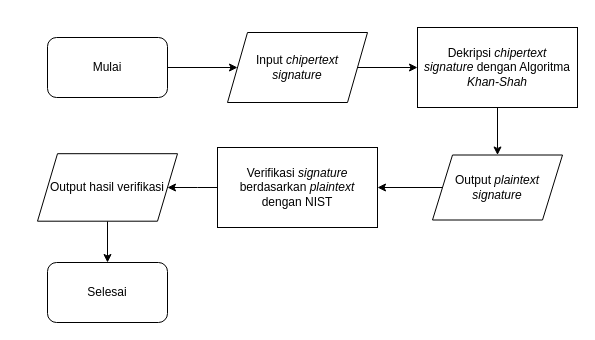
Before: page "f-decrypt-verify" (5 of 5) of sign-then-encrypt_scheme.drawio in eraldss1/diagram-signcryption, a draw.io diagram. Source tidied: cells renumbered, new cells numbered last; positions are measured from the earlier drawing's top-left corner, leaving out a move shared by most shapes. Both pictures are drawn from the tidied source at 100%, with x=0, y=0 at pixel (37, 27).
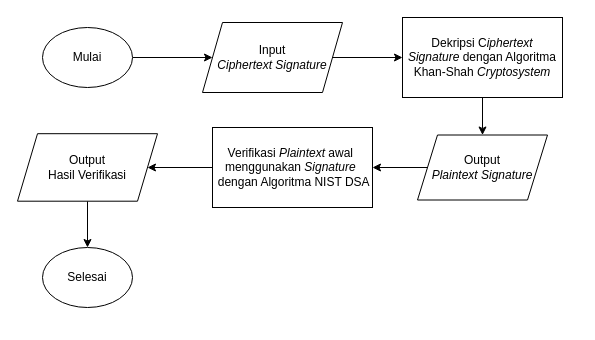
Above is the later version.

What changed in the source:
```diff
@@
 <mxGraphModel>
   <root>
     <mxCell id="0" />
     <mxCell id="1" parent="0" />
-    <mxCell id="2" value="Selesai" style="rounded=1;whiteSpace=wrap;html=1;fontFamily=Helvetica;fontSize=12;" parent="1" vertex="1">
-      <mxGeometry x="10" y="235" width="120" height="60" as="geometry" />
-    </mxCell>
-    <mxCell id="3" style="edgeStyle=orthogonalEdgeStyle;rounded=0;jettySize=auto;html=1;entryX=0;entryY=0.5;entryDx=0;entryDy=0;fontFamily=Helvetica;fontSize=12;" parent="1" edge="1" source="4" target="8">
-      <mxGeometry relative="1" as="geometry" />
-    </mxCell>
-    <mxCell id="4" value="Mulai" style="rounded=1;whiteSpace=wrap;html=1;fontFamily=Helvetica;fontSize=12;" parent="1" vertex="1">
-      <mxGeometry x="10" y="10" width="120" height="60" as="geometry" />
-    </mxCell>
     <mxCell id="5" style="edgeStyle=orthogonalEdgeStyle;rounded=0;jettySize=auto;html=1;fontFamily=Helvetica;fontSize=12;" parent="1" edge="1" source="6" target="12">
       <mxGeometry relative="1" as="geometry" />
     </mxCell>
-    <mxCell id="6" value="Output &lt;i&gt;plaintext signature&lt;/i&gt;" style="shape=parallelogram;perimeter=parallelogramPerimeter;whiteSpace=wrap;html=1;fixedSize=1;fontFamily=Helvetica;fontSize=12;" parent="1" vertex="1">
-      <mxGeometry x="395" y="127.5" width="130" height="65" as="geometry" />
+    <mxCell id="6" value="Output &lt;br&gt;&lt;i&gt;Plaintext Signature&lt;/i&gt;" style="shape=parallelogram;perimeter=parallelogramPerimeter;whiteSpace=wrap;html=1;fixedSize=1;fontFamily=Helvetica;fontSize=12;strokeColor=default;" parent="1" vertex="1">
+      <mxGeometry x="380" y="107.5" width="130" height="65" as="geometry" />
     </mxCell>
     <mxCell id="7" style="edgeStyle=orthogonalEdgeStyle;rounded=0;jettySize=auto;html=1;fontFamily=Helvetica;fontSize=12;" parent="1" edge="1" source="8" target="10">
       <mxGeometry relative="1" as="geometry" />
     </mxCell>
-    <mxCell id="8" value="Input &lt;i&gt;chipertext &lt;/i&gt;&lt;br&gt;&lt;i&gt;signature&lt;/i&gt;" style="shape=parallelogram;perimeter=parallelogramPerimeter;whiteSpace=wrap;html=1;fixedSize=1;fontFamily=Helvetica;fontSize=12;" parent="1" vertex="1">
-      <mxGeometry x="190" y="5" width="140" height="70" as="geometry" />
+    <mxCell id="8" value="Input &lt;br&gt;&lt;i&gt;Ciphertext S&lt;/i&gt;&lt;i&gt;ignature&lt;/i&gt;" style="shape=parallelogram;perimeter=parallelogramPerimeter;whiteSpace=wrap;html=1;fixedSize=1;fontFamily=Helvetica;fontSize=12;strokeColor=default;" parent="1" vertex="1">
+      <mxGeometry x="165" y="-5" width="140" height="70" as="geometry" />
     </mxCell>
-    <mxCell id="9" style="edgeStyle=orthogonalEdgeStyle;rounded=0;jettySize=auto;html=1;entryX=0.5;entryY=0;entryDx=0;entryDy=0;fontFamily=Helvetica;fontSize=12;" parent="1" edge="1" source="10" target="6">
+    <mxCell id="9" style="edgeStyle=orthogonalEdgeStyle;rounded=0;jettySize=auto;html=1;fontFamily=Helvetica;fontSize=12;" parent="1" edge="1" source="10" target="6">
       <mxGeometry relative="1" as="geometry" />
     </mxCell>
-    <mxCell id="10" value="Dekripsi &lt;i&gt;chipertext signature&amp;nbsp;&lt;/i&gt;dengan Algoritma &lt;i&gt;Khan-Shah&lt;/i&gt;" style="rounded=0;whiteSpace=wrap;html=1;fontFamily=Helvetica;fontSize=12;" parent="1" vertex="1">
-      <mxGeometry x="380" width="160" height="80" as="geometry" />
+    <mxCell id="10" value="Dekripsi C&lt;i&gt;iphertext Signature&amp;nbsp;&lt;/i&gt;dengan Algoritma Khan-Shah&lt;i&gt; Cryptosystem&lt;/i&gt;" style="rounded=0;whiteSpace=wrap;html=1;fontFamily=Helvetica;fontSize=12;strokeColor=default;" parent="1" vertex="1">
+      <mxGeometry x="365" y="-10" width="160" height="80" as="geometry" />
     </mxCell>
     <mxCell id="11" style="edgeStyle=orthogonalEdgeStyle;rounded=0;jettySize=auto;html=1;fontFamily=Helvetica;fontSize=12;" parent="1" edge="1" source="12" target="14">
       <mxGeometry relative="1" as="geometry" />
     </mxCell>
-    <mxCell id="12" value="Verifikasi &lt;i&gt;signature &lt;/i&gt;berdasarkan &lt;i&gt;plaintext &lt;/i&gt;dengan NIST" style="rounded=0;whiteSpace=wrap;html=1;fontFamily=Helvetica;fontSize=12;" parent="1" vertex="1">
-      <mxGeometry x="180" y="120" width="160" height="80" as="geometry" />
+    <mxCell id="12" value="Verifikasi &lt;i style=&quot;border-color: var(--border-color);&quot;&gt;Plaintext &lt;/i&gt;&lt;span style=&quot;border-color: var(--border-color);&quot;&gt;awal&lt;i&gt;&amp;nbsp;&lt;/i&gt;&lt;/span&gt;&lt;br&gt;menggunakan&amp;nbsp;&lt;i style=&quot;border-color: var(--border-color);&quot;&gt;Signature&amp;nbsp;&lt;/i&gt;&lt;br&gt;&amp;nbsp;dengan Algoritma NIST DSA" style="rounded=0;whiteSpace=wrap;html=1;fontFamily=Helvetica;fontSize=12;strokeColor=default;" parent="1" vertex="1">
+      <mxGeometry x="175" y="100" width="160" height="80" as="geometry" />
     </mxCell>
-    <mxCell id="13" style="edgeStyle=orthogonalEdgeStyle;rounded=0;jettySize=auto;html=1;entryX=0.5;entryY=0;entryDx=0;entryDy=0;fontFamily=Helvetica;fontSize=12;" parent="1" edge="1" source="14" target="2">
+    <mxCell id="13" style="edgeStyle=orthogonalEdgeStyle;rounded=0;jettySize=auto;html=1;fontFamily=Helvetica;fontSize=12;" parent="1" edge="1" source="14" target="2">
       <mxGeometry relative="1" as="geometry" />
     </mxCell>
-    <mxCell id="14" value="Output hasil verifikasi" style="shape=parallelogram;perimeter=parallelogramPerimeter;whiteSpace=wrap;html=1;fixedSize=1;fontFamily=Helvetica;fontSize=12;" parent="1" vertex="1">
-      <mxGeometry y="126.2" width="140" height="67.5" as="geometry" />
+    <mxCell id="14" value="Output &lt;br&gt;Hasil Verifikasi" style="shape=parallelogram;perimeter=parallelogramPerimeter;whiteSpace=wrap;html=1;fixedSize=1;fontFamily=Helvetica;fontSize=12;strokeColor=default;" parent="1" vertex="1">
+      <mxGeometry x="-20" y="106.2" width="140" height="67.5" as="geometry" />
     </mxCell>
+    <mxCell id="3" style="edgeStyle=orthogonalEdgeStyle;rounded=0;jettySize=auto;html=1;fontFamily=Helvetica;fontSize=12;" parent="1" edge="1" source="4" target="8">
+      <mxGeometry relative="1" as="geometry" />
+    </mxCell>
+    <mxCell id="4" value="Mulai" style="ellipse;whiteSpace=wrap;html=1;fontFamily=Helvetica;fontSize=12;" parent="1" vertex="1">
+      <mxGeometry x="5" width="90" height="60" as="geometry" />
+    </mxCell>
+    <mxCell id="2" value="Selesai" style="ellipse;whiteSpace=wrap;html=1;fontFamily=Helvetica;fontSize=12;" parent="1" vertex="1">
+      <mxGeometry x="5" y="220" width="90" height="60" as="geometry" />
+    </mxCell>
   </root>
 </mxGraphModel>
```
